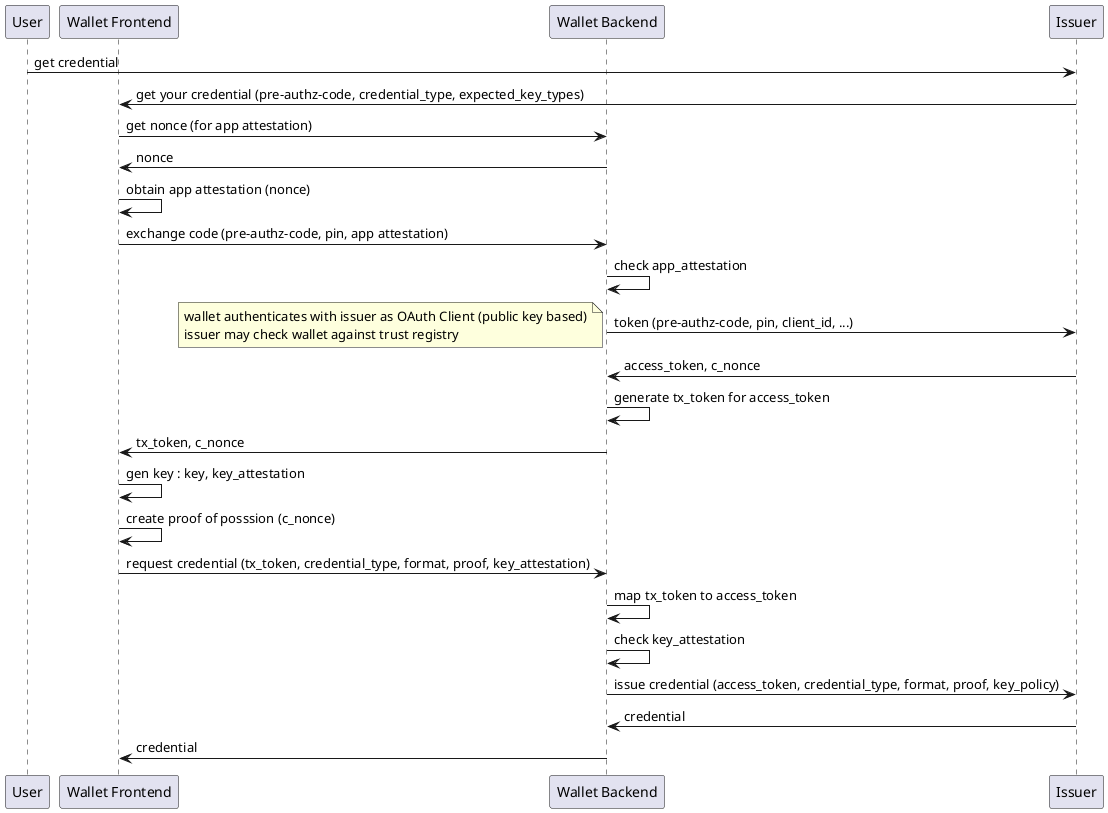
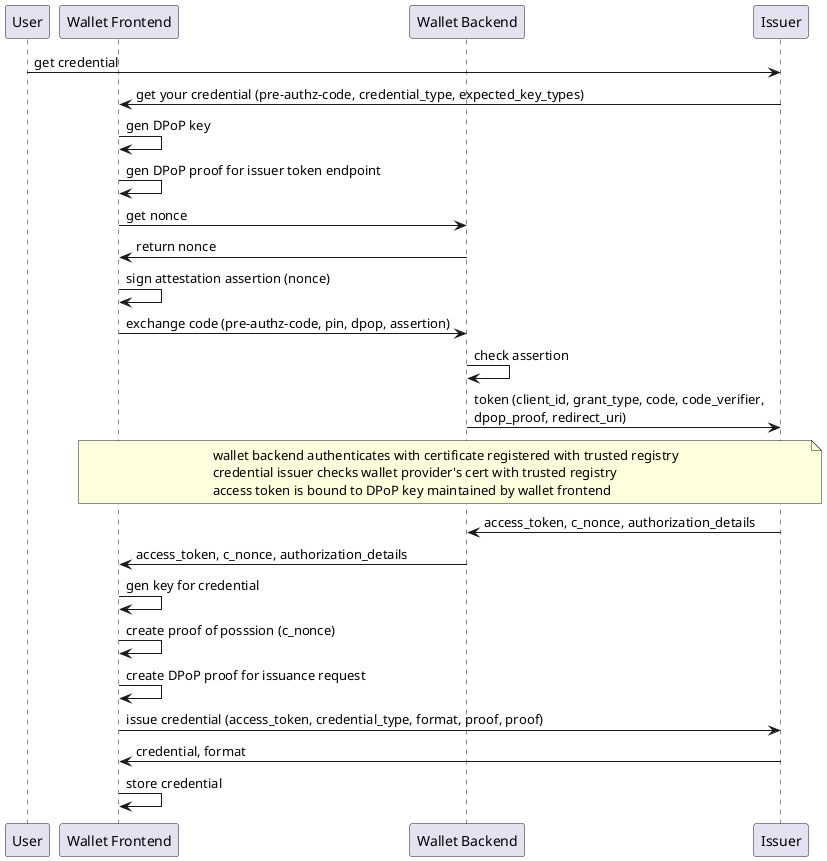
@startuml
participant User as u
participant "Wallet Frontend" as w
participant "Wallet Backend" as b
participant Issuer as i

u -> i : get credential
i -> w : get your credential (pre-authz-code, credential_type, expected_key_types)
- w -> b : get nonce (for app attestation)
- b -> w : nonce
- w -> w : obtain app attestation (nonce)
- w -> b : exchange code (pre-authz-code, pin, app attestation)
- b -> b : check app_attestation
- b -> i : token (pre-authz-code, pin, client_id, ...)
- note left: wallet authenticates with issuer as OAuth Client (public key based)\nissuer may check wallet against trust registry
- i -> b : access_token, c_nonce
- b -> b : generate tx_token for access_token
- b -> w: tx_token, c_nonce
- w -> w : gen key : key, key_attestation
+ w -> w : gen DPoP key
+ w -> w : gen DPoP proof for issuer token endpoint
+ w -> b : get nonce
+ b -> w : return nonce
+ w -> w : sign attestation assertion (nonce)
+ w -> b : exchange code (pre-authz-code, pin, dpop, assertion)
+ b -> b : check assertion
+ 
+ b -> i : token (client_id, grant_type, code, code_verifier,\ndpop_proof, redirect_uri)
+ 
+ note over w, i: wallet backend authenticates with certificate registered with trusted registry\ncredential issuer checks wallet provider's cert with trusted registry\naccess token is bound to DPoP key maintained by wallet frontend
+ 
+ i -> b : access_token, c_nonce, authorization_details
+ 
+ b -> w : access_token, c_nonce, authorization_details
+ 
+ w -> w : gen key for credential
+ 
w -> w : create proof of posssion (c_nonce)
- w -> b : request credential (tx_token, credential_type, format, proof, key_attestation)
- b -> b : map tx_token to access_token
- b -> b : check key_attestation
- b -> i : issue credential (access_token, credential_type, format, proof, key_policy)
- i -> b : credential
- b -> w : credential
+ 
+ w  -> w : create DPoP proof for issuance request
+ 
+ w -> i : issue credential (access_token, credential_type, format, proof, proof)
+ 
+ i -> w : credential, format
+ 
+ w -> w : store credential
+ 
@enduml